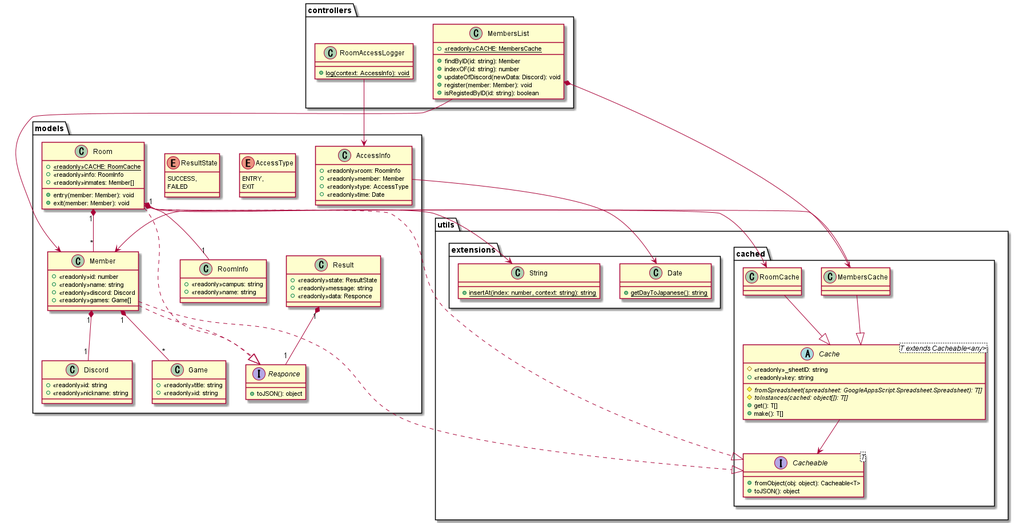
Above: uml/classDiagram/classDiagram.png in NIT-esports/NITeAPI (PlantUML), before the change.
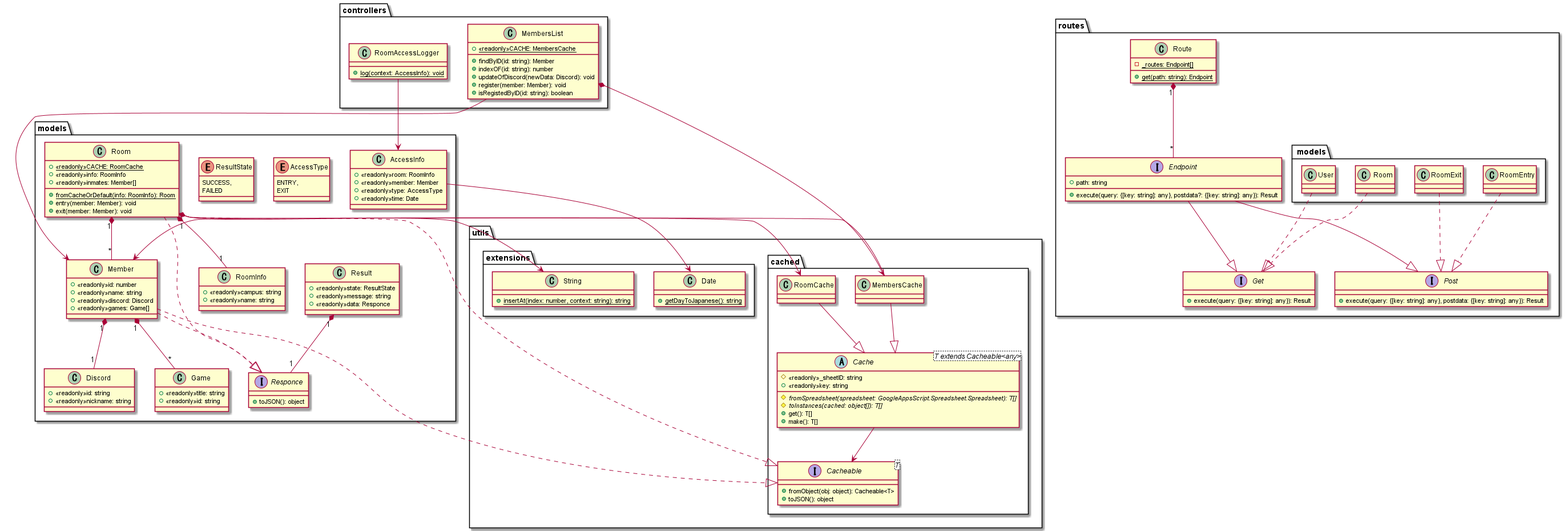
After the change.

Change to the diagram source:
```diff
@@ -66,6 +66,7 @@
         +{static}<<readonly>>CACHE: RoomCache
         +<<readonly>>info: RoomInfo
         +<<readonly>>inmates: Member[]
+        +{static}fromCacheOrDefault(info: RoomInfo): Room
         +entry(member: Member): void
         +exit(member: Member): void
     }
@@ -73,6 +74,34 @@
     {
         +<<readonly>>campus: string
         +<<readonly>>name: string
+    }
+}
+package routes
+{
+    package " models"
+    {
+        class " Room"
+        class RoomEntry
+        class RoomExit
+        class User
+    }
+    interface Endpoint
+    {
+        +path: string
+        +execute(query: {[key: string]: any}, postdata?: {[key: string]: any}): Result
+    }
+    interface Get
+    {
+        +execute(query: {[key: string]: any}): Result
+    }
+    interface Post
+    {
+        +execute(query: {[key: string]: any}, postdata: {[key: string]: any}): Result
+    }
+    class Route
+    {
+        -{static}_routes: Endpoint[]
+        +{static}get(path: string): Endpoint
     }
 }
 package utils
@@ -111,17 +140,24 @@
 
 MembersCache --|> Cache
 RoomCache --|> Cache
+Endpoint --|> Get
+Endpoint --|> Post
 
 Member ..|> Responce
 Member ..|> Cacheable
 Room ..|> Responce
 Room ..|> Cacheable
+" Room" ..|> Get
+RoomEntry ..|> Post
+RoomExit ..|> Post
+User ..|> Get
 
 Member "1" *-- "1" Discord
 Member "1" *-- "*" Game
 Room "1" *-- "1" RoomInfo
 Room "1" *-- "*" Member
 Result "1" *-- "1" Responce
+Route "1" *-- "*" Endpoint
 
 MembersList *--> MembersCache
 Room *--> RoomCache
```
